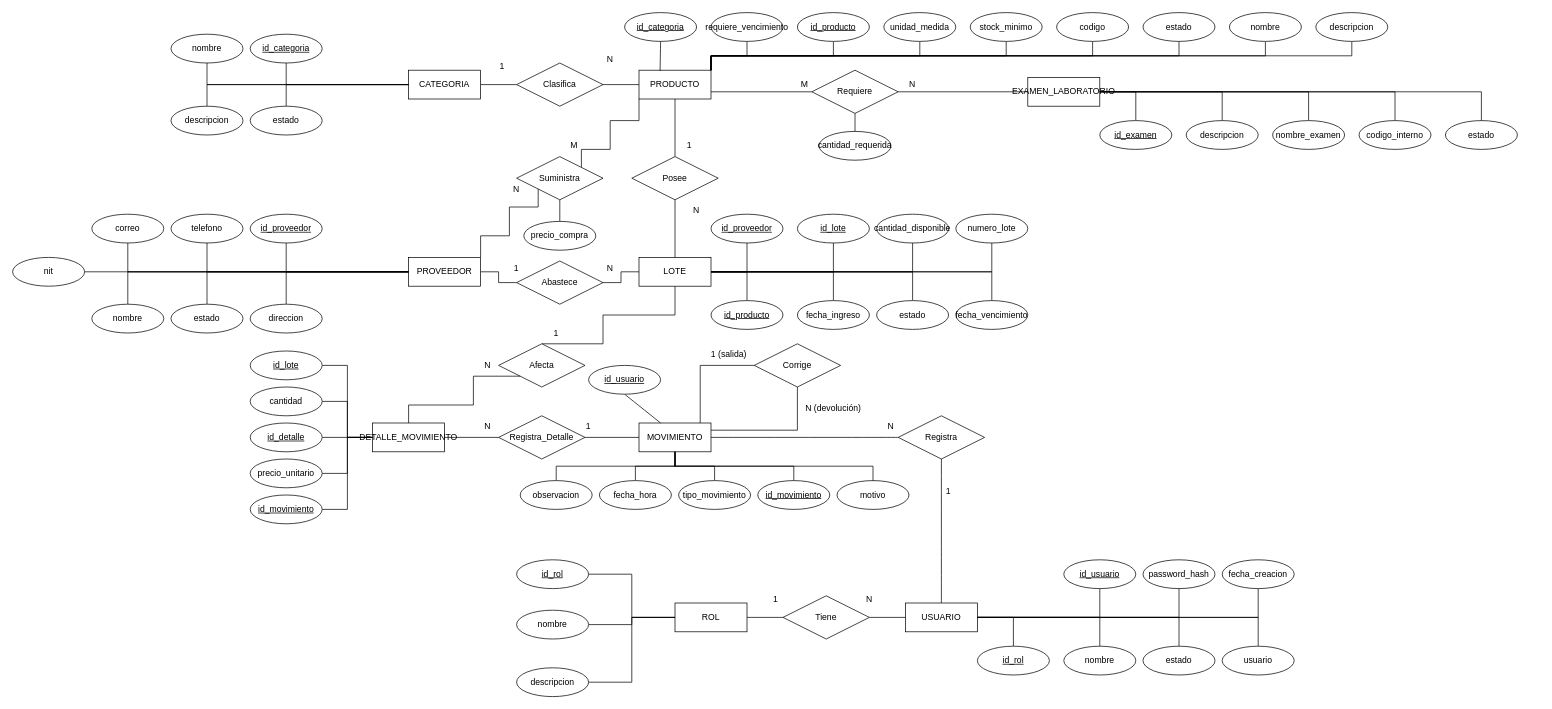
Criss-paz/sistema-inventario-laboratorio keeps this draw.io diagram as docs/diagramas/DIAGRAMA-ER-LAB.drawio. Above is the earlier version. Source tidied: cells renumbered, new cells numbered last; positions are measured from the earlier drawing's top-left corner, leaving out a move shared by most shapes. Both pictures are drawn from the tidied source at 72%, with x=0, y=0 at pixel (12, 12).
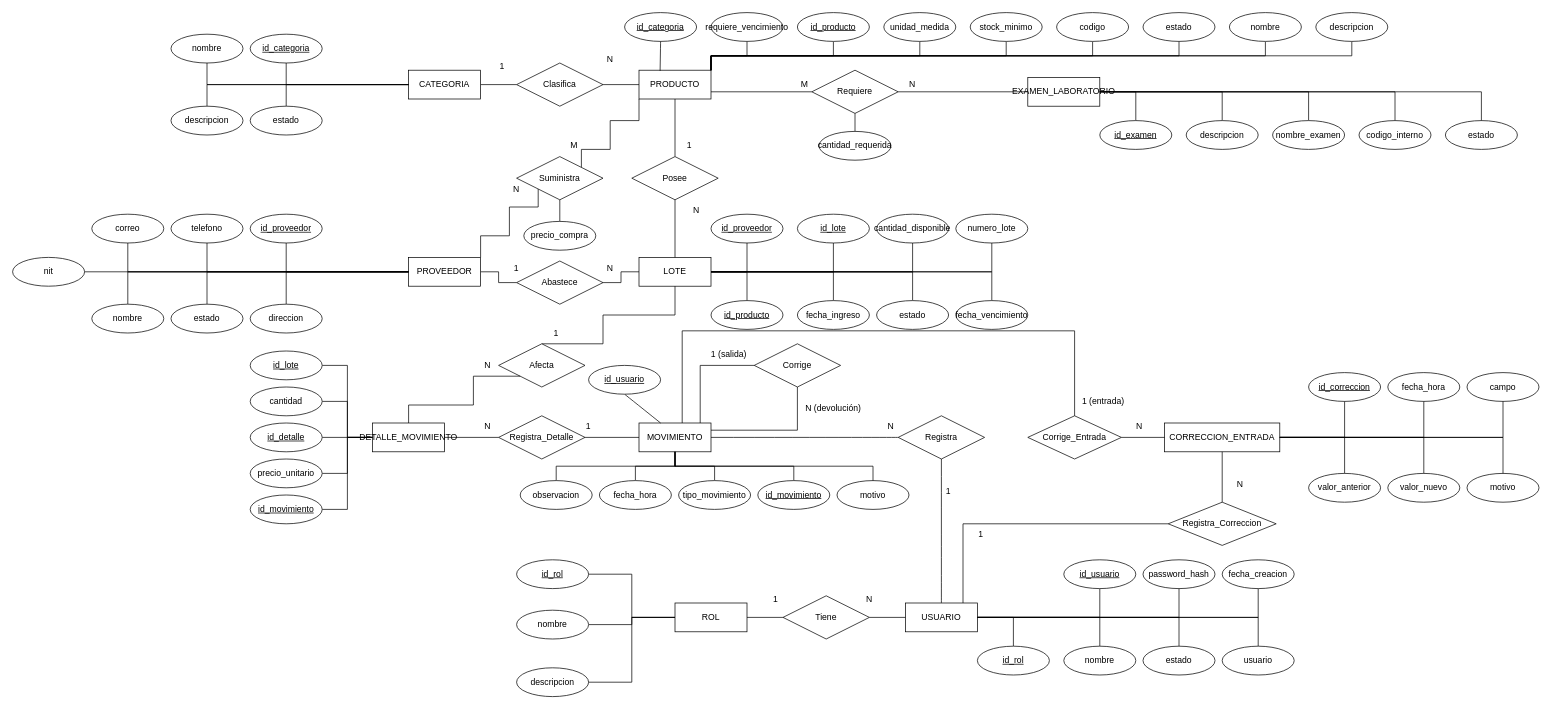
Above is the later version.

Commit message (it also covers changes not shown here):
docs(diagramas): agrega correccion_entrada al ER y al relacional

Unchanged cells that the change refers to:
```xml
<mxCell id="5" value="USUARIO" style="whiteSpace=wrap;html=1;align=center;" parent="1" vertex="1">
  <mxGeometry x="1240" y="820" width="100" height="40" as="geometry" />
</mxCell>
<mxCell id="14" value="MOVIMIENTO" style="whiteSpace=wrap;html=1;align=center;" parent="1" vertex="1">
  <mxGeometry x="870" y="570" width="100" height="40" as="geometry" />
</mxCell>
```

Diff of the diagram source:
```diff
@@
+    <mxCell id="173" value="CORRECCION_ENTRADA" style="whiteSpace=wrap;html=1;align=center;" parent="1" vertex="1">
+      <mxGeometry x="1600" y="570" width="160" height="40" as="geometry" />
+    </mxCell>
+    <mxCell id="174" value="Corrige_Entrada" style="shape=rhombus;perimeter=rhombusPerimeter;whiteSpace=wrap;html=1;align=center;" parent="1" vertex="1">
+      <mxGeometry x="1410" y="560" width="130" height="60" as="geometry" />
+    </mxCell>
+    <mxCell id="175" style="edgeStyle=orthogonalEdgeStyle;rounded=0;jettySize=auto;html=1;endArrow=none;endFill=0;exitX=0.6;exitY=0;exitDx=0;exitDy=0;entryX=0.5;entryY=0;entryDx=0;entryDy=0;" parent="1" edge="1" source="14" target="174">
+      <mxGeometry relative="1" as="geometry">
+        <Array as="points">
+          <mxPoint x="930" y="442" />
+          <mxPoint x="1475" y="442" />
+        </Array>
+      </mxGeometry>
+    </mxCell>
+    <mxCell id="176" style="edgeStyle=orthogonalEdgeStyle;rounded=0;jettySize=auto;html=1;endArrow=none;endFill=0;exitX=1;exitY=0.5;exitDx=0;exitDy=0;entryX=0;entryY=0.5;entryDx=0;entryDy=0;" parent="1" edge="1" source="174" target="173">
+      <mxGeometry relative="1" as="geometry" />
+    </mxCell>
+    <mxCell id="177" value="1 (entrada)" style="text;html=1;whiteSpace=wrap;strokeColor=none;fillColor=none;align=center;verticalAlign=middle;rounded=0;" parent="1" vertex="1">
+      <mxGeometry x="1475" y="525" width="80" height="30" as="geometry" />
+    </mxCell>
+    <mxCell id="178" value="N" style="text;html=1;whiteSpace=wrap;strokeColor=none;fillColor=none;align=center;verticalAlign=middle;rounded=0;" parent="1" vertex="1">
+      <mxGeometry x="1545" y="560" width="40" height="30" as="geometry" />
+    </mxCell>
+    <mxCell id="179" value="Registra_Correccion" style="shape=rhombus;perimeter=rhombusPerimeter;whiteSpace=wrap;html=1;align=center;" parent="1" vertex="1">
+      <mxGeometry x="1605" y="680" width="150" height="60" as="geometry" />
+    </mxCell>
+    <mxCell id="180" style="edgeStyle=orthogonalEdgeStyle;rounded=0;jettySize=auto;html=1;endArrow=none;endFill=0;exitX=0.8;exitY=0;exitDx=0;exitDy=0;entryX=0;entryY=0.5;entryDx=0;entryDy=0;" parent="1" edge="1" source="5" target="179">
+      <mxGeometry relative="1" as="geometry">
+        <Array as="points">
+          <mxPoint x="1320" y="710" />
+        </Array>
+      </mxGeometry>
+    </mxCell>
+    <mxCell id="181" style="edgeStyle=orthogonalEdgeStyle;rounded=0;jettySize=auto;html=1;endArrow=none;endFill=0;exitX=0.5;exitY=0;exitDx=0;exitDy=0;entryX=0.5;entryY=1;entryDx=0;entryDy=0;" parent="1" edge="1" source="179" target="173">
+      <mxGeometry relative="1" as="geometry" />
+    </mxCell>
+    <mxCell id="182" value="1" style="text;html=1;whiteSpace=wrap;strokeColor=none;fillColor=none;align=center;verticalAlign=middle;rounded=0;" parent="1" vertex="1">
+      <mxGeometry x="1325" y="710" width="40" height="30" as="geometry" />
+    </mxCell>
+    <mxCell id="183" value="N" style="text;html=1;whiteSpace=wrap;strokeColor=none;fillColor=none;align=center;verticalAlign=middle;rounded=0;" parent="1" vertex="1">
+      <mxGeometry x="1685" y="640" width="40" height="30" as="geometry" />
+    </mxCell>
+    <mxCell id="184" value="id_correccion" style="ellipse;whiteSpace=wrap;html=1;align=center;fontStyle=4;" parent="1" vertex="1">
+      <mxGeometry x="1800" y="500" width="100" height="40" as="geometry" />
+    </mxCell>
+    <mxCell id="185" style="edgeStyle=orthogonalEdgeStyle;rounded=0;jettySize=auto;html=1;endArrow=none;endFill=0;exitX=0.5;exitY=1;exitDx=0;exitDy=0;entryX=1;entryY=0.5;entryDx=0;entryDy=0;" parent="1" edge="1" source="184" target="173">
+      <mxGeometry relative="1" as="geometry" />
+    </mxCell>
+    <mxCell id="186" value="fecha_hora" style="ellipse;whiteSpace=wrap;html=1;align=center;" parent="1" vertex="1">
+      <mxGeometry x="1910" y="500" width="100" height="40" as="geometry" />
+    </mxCell>
+    <mxCell id="187" style="edgeStyle=orthogonalEdgeStyle;rounded=0;jettySize=auto;html=1;endArrow=none;endFill=0;exitX=0.5;exitY=1;exitDx=0;exitDy=0;entryX=1;entryY=0.5;entryDx=0;entryDy=0;" parent="1" edge="1" source="186" target="173">
+      <mxGeometry relative="1" as="geometry" />
+    </mxCell>
+    <mxCell id="188" value="campo" style="ellipse;whiteSpace=wrap;html=1;align=center;" parent="1" vertex="1">
+      <mxGeometry x="2020" y="500" width="100" height="40" as="geometry" />
+    </mxCell>
+    <mxCell id="189" style="edgeStyle=orthogonalEdgeStyle;rounded=0;jettySize=auto;html=1;endArrow=none;endFill=0;exitX=0.5;exitY=1;exitDx=0;exitDy=0;entryX=1;entryY=0.5;entryDx=0;entryDy=0;" parent="1" edge="1" source="188" target="173">
+      <mxGeometry relative="1" as="geometry" />
+    </mxCell>
+    <mxCell id="190" value="valor_anterior" style="ellipse;whiteSpace=wrap;html=1;align=center;" parent="1" vertex="1">
+      <mxGeometry x="1800" y="640" width="100" height="40" as="geometry" />
+    </mxCell>
+    <mxCell id="191" style="edgeStyle=orthogonalEdgeStyle;rounded=0;jettySize=auto;html=1;endArrow=none;endFill=0;exitX=0.5;exitY=0;exitDx=0;exitDy=0;entryX=1;entryY=0.5;entryDx=0;entryDy=0;" parent="1" edge="1" source="190" target="173">
+      <mxGeometry relative="1" as="geometry" />
+    </mxCell>
+    <mxCell id="192" value="valor_nuevo" style="ellipse;whiteSpace=wrap;html=1;align=center;" parent="1" vertex="1">
+      <mxGeometry x="1910" y="640" width="100" height="40" as="geometry" />
+    </mxCell>
+    <mxCell id="193" style="edgeStyle=orthogonalEdgeStyle;rounded=0;jettySize=auto;html=1;endArrow=none;endFill=0;exitX=0.5;exitY=0;exitDx=0;exitDy=0;entryX=1;entryY=0.5;entryDx=0;entryDy=0;" parent="1" edge="1" source="192" target="173">
+      <mxGeometry relative="1" as="geometry" />
+    </mxCell>
+    <mxCell id="194" value="motivo" style="ellipse;whiteSpace=wrap;html=1;align=center;" parent="1" vertex="1">
+      <mxGeometry x="2020" y="640" width="100" height="40" as="geometry" />
+    </mxCell>
+    <mxCell id="195" style="edgeStyle=orthogonalEdgeStyle;rounded=0;jettySize=auto;html=1;endArrow=none;endFill=0;exitX=0.5;exitY=0;exitDx=0;exitDy=0;entryX=1;entryY=0.5;entryDx=0;entryDy=0;" parent="1" edge="1" source="194" target="173">
+      <mxGeometry relative="1" as="geometry" />
+    </mxCell>
```
